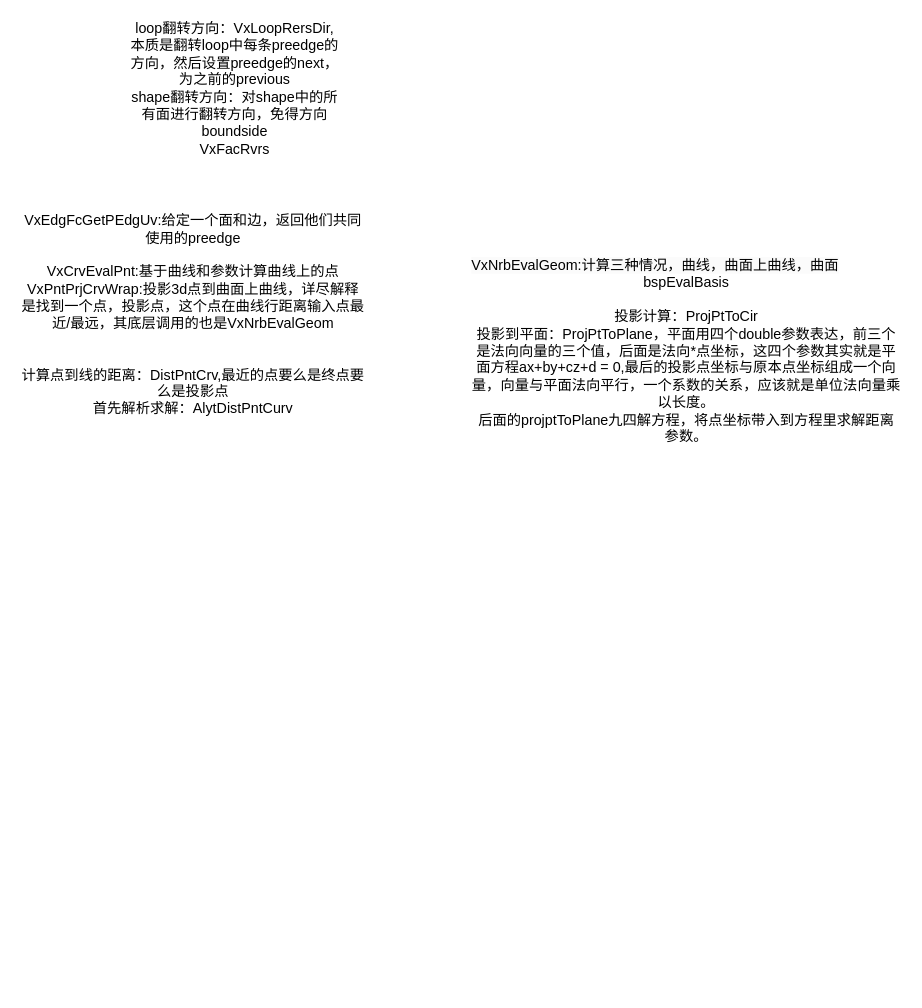
Before: 绘图记录/topo操作.drawio in studyrohan/BSpline_learn, a draw.io diagram. Source tidied: cells renumbered, new cells numbered last; positions are measured from the earlier drawing's top-left corner, leaving out a move shared by most shapes. Both pictures are drawn from the tidied source at 119%, with x=0, y=0 at pixel (20, 46).
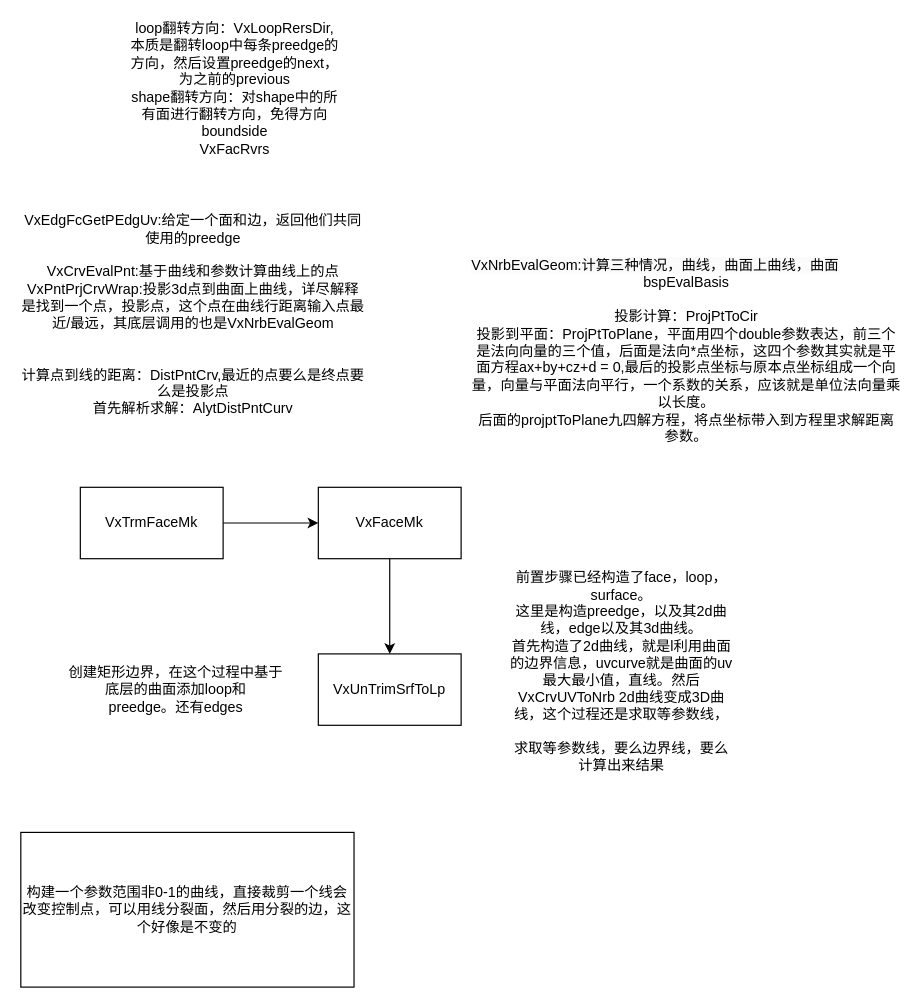
The same diagram, later.

What changed in the source:
```diff
@@
 <mxGraphModel>
   <root>
     <mxCell id="0" />
     <mxCell id="1" parent="0" />
     <mxCell id="2" value="loop翻转方向：VxLoopRersDir,本质是翻转loop中每条preedge的方向，然后设置preedge的next，为之前的previous&lt;div&gt;shape翻转方向：对shape中的所有面进行翻转方向，免得方向boundside&lt;/div&gt;&lt;div&gt;VxFacRvrs&lt;/div&gt;" style="text;html=1;align=center;verticalAlign=middle;whiteSpace=wrap;rounded=0;" parent="1" vertex="1">
       <mxGeometry x="90" width="180" height="70" as="geometry" />
     </mxCell>
     <mxCell id="3" value="VxEdgFcGetPEdgUv:给定一个面和边，返回他们共同使用的preedge&lt;div&gt;&lt;br&gt;&lt;/div&gt;&lt;div&gt;VxCrvEvalPnt:基于曲线和参数计算曲线上的点&lt;/div&gt;&lt;div&gt;VxPntPrjCrvWrap:投影3d点到曲面上曲线，详尽解释是找到一个点，投影点，这个点在曲线行距离输入点最近/最远，其底层调用的也是VxNrbEvalGeom&lt;/div&gt;&lt;div&gt;&lt;br&gt;&lt;/div&gt;&lt;div&gt;&lt;br&gt;&lt;/div&gt;&lt;div&gt;计算点到线的距离：DistPntCrv,最近的点要么是终点要么是投影点&lt;/div&gt;&lt;div&gt;首先解析求解：AlytDistPntCurv&lt;/div&gt;" style="text;html=1;align=center;verticalAlign=middle;whiteSpace=wrap;rounded=0;" parent="1" vertex="1">
       <mxGeometry y="100" width="290" height="250" as="geometry" />
     </mxCell>
     <mxCell id="4" value="&lt;span style=&quot;color: rgb(0, 0, 0); font-family: Helvetica; font-size: 12px; font-style: normal; font-variant-ligatures: normal; font-variant-caps: normal; font-weight: 400; letter-spacing: normal; orphans: 2; text-align: center; text-indent: 0px; text-transform: none; widows: 2; word-spacing: 0px; -webkit-text-stroke-width: 0px; white-space: normal; background-color: rgb(251, 251, 251); text-decoration-thickness: initial; text-decoration-style: initial; text-decoration-color: initial; display: inline !important; float: none;&quot;&gt;VxNrbEvalGeom:计算三种情况，曲线，曲面上曲线，曲面&lt;/span&gt;&lt;div&gt;&lt;div style=&quot;text-align: center;&quot;&gt;bspEvalBasis&lt;/div&gt;&lt;div style=&quot;text-align: center;&quot;&gt;&lt;br&gt;&lt;/div&gt;&lt;div style=&quot;text-align: center;&quot;&gt;投影计算：ProjPtToCir&lt;/div&gt;&lt;div style=&quot;text-align: center;&quot;&gt;投影到平面：ProjPtToPlane，平面用四个double参数表达，前三个是法向向量的三个值，后面是法向*点坐标，这四个参数其实就是平面方程ax+by+cz+d = 0,最后的投影点坐标与原本点坐标组成一个向量，向量与平面法向平行，一个系数的关系，应该就是单位法向量乘以长度。&lt;/div&gt;&lt;div style=&quot;text-align: center;&quot;&gt;后面的projptToPlane九四解方程，将点坐标带入到方程里求解距离参数。&lt;/div&gt;&lt;div style=&quot;text-align: center;&quot;&gt;&lt;br&gt;&lt;/div&gt;&lt;div&gt;&lt;span style=&quot;color: rgb(0, 0, 0); font-family: Helvetica; font-size: 12px; font-style: normal; font-variant-ligatures: normal; font-variant-caps: normal; font-weight: 400; letter-spacing: normal; orphans: 2; text-align: center; text-indent: 0px; text-transform: none; widows: 2; word-spacing: 0px; -webkit-text-stroke-width: 0px; white-space: normal; background-color: rgb(251, 251, 251); text-decoration-thickness: initial; text-decoration-style: initial; text-decoration-color: initial; display: inline !important; float: none;&quot;&gt;&lt;br&gt;&lt;/span&gt;&lt;/div&gt;&lt;/div&gt;" style="text;whiteSpace=wrap;html=1;" parent="1" vertex="1">
       <mxGeometry x="377" y="170" width="363" height="180" as="geometry" />
     </mxCell>
+    <mxCell id="5" style="edgeStyle=orthogonalEdgeStyle;rounded=0;jettySize=auto;html=1;" parent="1" edge="1" source="6" target="8">
+      <mxGeometry relative="1" as="geometry" />
+    </mxCell>
+    <mxCell id="6" value="VxTrmFaceMk" style="rounded=0;whiteSpace=wrap;html=1;" parent="1" vertex="1">
+      <mxGeometry x="50" y="370" width="120" height="60" as="geometry" />
+    </mxCell>
+    <mxCell id="7" style="edgeStyle=orthogonalEdgeStyle;rounded=0;jettySize=auto;html=1;" parent="1" edge="1" source="8" target="9">
+      <mxGeometry relative="1" as="geometry" />
+    </mxCell>
+    <mxCell id="8" value="VxFaceMk" style="rounded=0;whiteSpace=wrap;html=1;" parent="1" vertex="1">
+      <mxGeometry x="250" y="370" width="120" height="60" as="geometry" />
+    </mxCell>
+    <mxCell id="9" value="VxUnTrimSrfToLp" style="rounded=0;whiteSpace=wrap;html=1;" parent="1" vertex="1">
+      <mxGeometry x="250" y="510" width="120" height="60" as="geometry" />
+    </mxCell>
+    <mxCell id="10" value="创建矩形边界，在这个过程中基于&lt;br&gt;底层的曲面添加loop和&lt;div&gt;preedge。还有edges&lt;/div&gt;" style="text;html=1;align=center;verticalAlign=middle;strokeColor=none;fillColor=none;" parent="1" vertex="1">
+      <mxGeometry x="30" y="510" width="200" height="60" as="geometry" />
+    </mxCell>
+    <mxCell id="11" value="构建一个参数范围非0-1的曲线，直接裁剪一个线会改变控制点，可以用线分裂面，然后用分裂的边，这个好像是不变的" style="rounded=0;whiteSpace=wrap;html=1;" parent="1" vertex="1">
+      <mxGeometry y="660" width="280" height="130" as="geometry" />
+    </mxCell>
+    <mxCell id="12" value="前置步骤已经构造了face，loop，surface。&lt;div&gt;这里是构造preedge，以及其2d曲线，edge以及其3d曲线。&lt;/div&gt;&lt;div&gt;首先构造了2d曲线，就是l利用曲面的边界信息，uvcurve就是曲面的uv最大最小值，直线。然后VxCrvUVToNrb 2d曲线变成3D曲线，这个过程还是求取等参数线，&lt;/div&gt;&lt;div&gt;&lt;br&gt;&lt;/div&gt;&lt;div&gt;求取等参数线，要么边界线，要么计算出来结果&lt;/div&gt;" style="text;html=1;align=center;verticalAlign=middle;whiteSpace=wrap;rounded=0;" parent="1" vertex="1">
+      <mxGeometry x="410" y="460" width="190" height="130" as="geometry" />
+    </mxCell>
   </root>
 </mxGraphModel>
```
